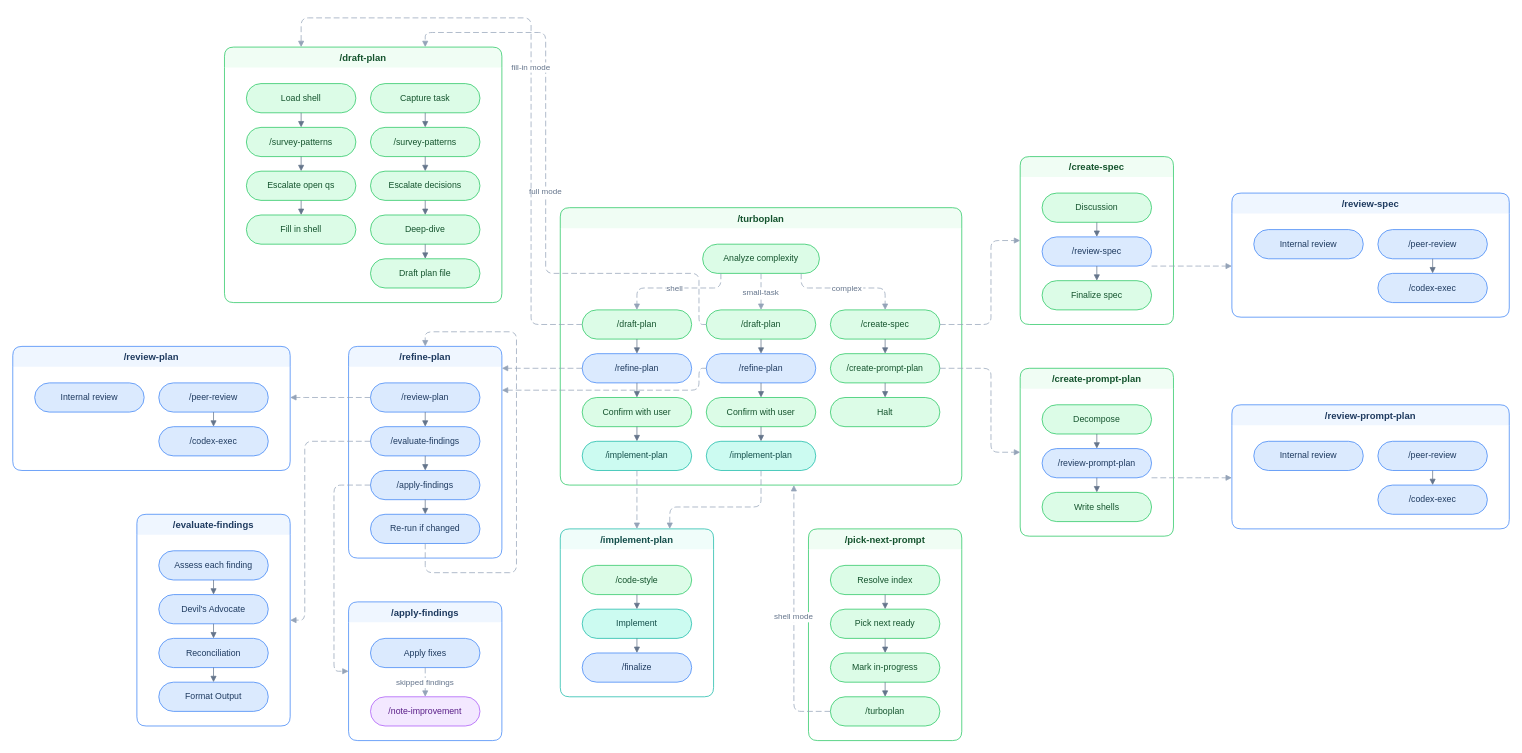
Above: assets/how-turboplan-connects.drawio in tobihagemann/turbo (draw.io), before the change. Source tidied: cells renumbered, new cells numbered last; positions are measured from the earlier drawing's top-left corner, leaving out a move shared by most shapes. Both pictures are drawn from the tidied source at 73%, with x=0, y=0 at pixel (12, 18).
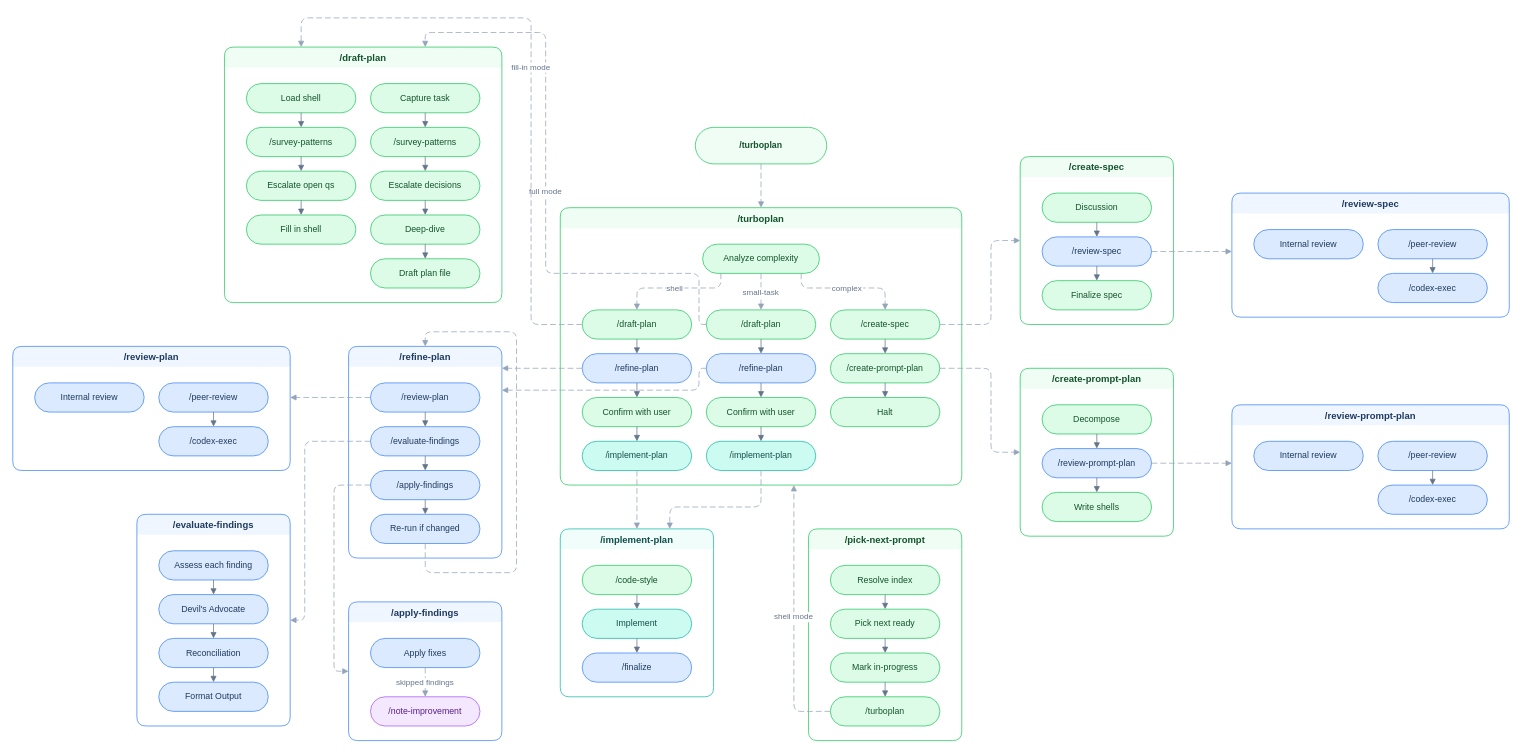
The same diagram, later.

Commit message (it also covers changes not shown here):
Make /finalize and /turboplan standalone entry points in connect diagrams

The change refers to these unchanged cells:
```xml
<mxCell id="2" value="/turboplan" style="swimlane;startSize=28;rounded=1;fillColor=#f0fdf4;strokeColor=#22c55e;fontColor=#14532d;fontStyle=1;fontSize=13;swimlaneLine=0;" parent="1" vertex="1">
  <mxGeometry x="750" y="260" width="550" height="380" as="geometry" />
</mxCell>
<mxCell id="63" value="/review-spec" style="swimlane;startSize=28;rounded=1;fillColor=#eff6ff;strokeColor=#3b82f6;fontColor=#1e3a5f;fontStyle=1;fontSize=13;swimlaneLine=0;" parent="1" vertex="1">
  <mxGeometry x="1670" y="240" width="380" height="170" as="geometry" />
</mxCell>
<mxCell id="68" value="/review-prompt-plan" style="swimlane;startSize=28;rounded=1;fillColor=#eff6ff;strokeColor=#3b82f6;fontColor=#1e3a5f;fontStyle=1;fontSize=13;swimlaneLine=0;" parent="1" vertex="1">
  <mxGeometry x="1670" y="530" width="380" height="170" as="geometry" />
</mxCell>
<mxCell id="87" value="/review-spec" style="rounded=1;whiteSpace=wrap;html=1;arcSize=50;fillColor=#dbeafe;strokeColor=#3b82f6;fontColor=#1e3a5f;fontSize=12;" parent="85" vertex="1">
  <mxGeometry x="30" y="110" width="150" height="40" as="geometry" />
</mxCell>
<mxCell id="93" value="/review-prompt-plan" style="rounded=1;whiteSpace=wrap;html=1;arcSize=50;fillColor=#dbeafe;strokeColor=#3b82f6;fontColor=#1e3a5f;fontSize=12;" parent="91" vertex="1">
  <mxGeometry x="30" y="110" width="150" height="40" as="geometry" />
</mxCell>
```

The edit, as a diff of the source:
```diff
@@
+    <mxCell id="119" value="/turboplan" style="rounded=1;whiteSpace=wrap;html=1;arcSize=50;fillColor=#f0fdf4;strokeColor=#22c55e;fontColor=#14532d;fontSize=12;fontStyle=1;" parent="1" vertex="1">
+      <mxGeometry x="935" y="150" width="180" height="50" as="geometry" />
+    </mxCell>
+    <mxCell id="120" style="dashed=1;dashPattern=8 4;endArrow=block;endFill=1;rounded=1;edgeStyle=orthogonalEdgeStyle;strokeColor=#94a3b8;fontSize=11;fontColor=#64748b;" parent="1" edge="1" source="119" target="2">
+      <mxGeometry relative="1" as="geometry" />
+    </mxCell>
@@
     <mxCell id="115" style="dashed=1;dashPattern=8 4;endArrow=block;endFill=1;rounded=1;edgeStyle=orthogonalEdgeStyle;strokeColor=#94a3b8;fontSize=11;fontColor=#64748b;" parent="1" edge="1" source="87" target="63">
       <mxGeometry relative="1" as="geometry">
         <Array as="points">
-          <mxPoint x="1630" y="340" />
-          <mxPoint x="1630" y="340" />
+          <mxPoint x="1630" y="320" />
+          <mxPoint x="1630" y="320" />
         </Array>
       </mxGeometry>
     </mxCell>
     <mxCell id="116" style="dashed=1;dashPattern=8 4;endArrow=block;endFill=1;rounded=1;edgeStyle=orthogonalEdgeStyle;strokeColor=#94a3b8;fontSize=11;fontColor=#64748b;" parent="1" edge="1" source="93" target="68">
       <mxGeometry relative="1" as="geometry">
         <Array as="points">
-          <mxPoint x="1630" y="630" />
-          <mxPoint x="1630" y="630" />
+          <mxPoint x="1620" y="610" />
+          <mxPoint x="1620" y="610" />
         </Array>
       </mxGeometry>
     </mxCell>
```
